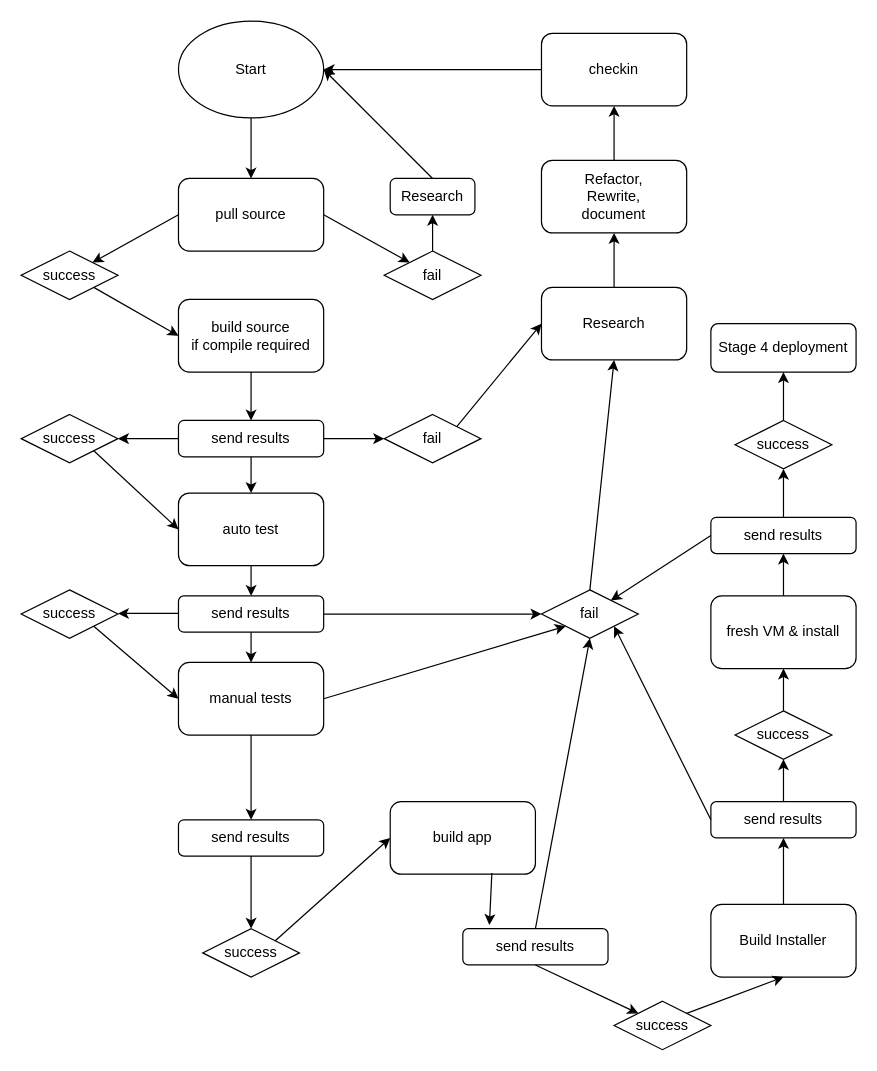
Earlier version of the draw.io diagram src/Docs/DesignThoughts/ci-cd/CICDprocess_10kView.drawio (clockworksspheres/ramdisk). Source tidied: cells renumbered, new cells numbered last; positions are measured from the earlier drawing's top-left corner, leaving out a move shared by most shapes. Both pictures are drawn from the tidied source at 121%, with x=0, y=0 at pixel (21, 21).
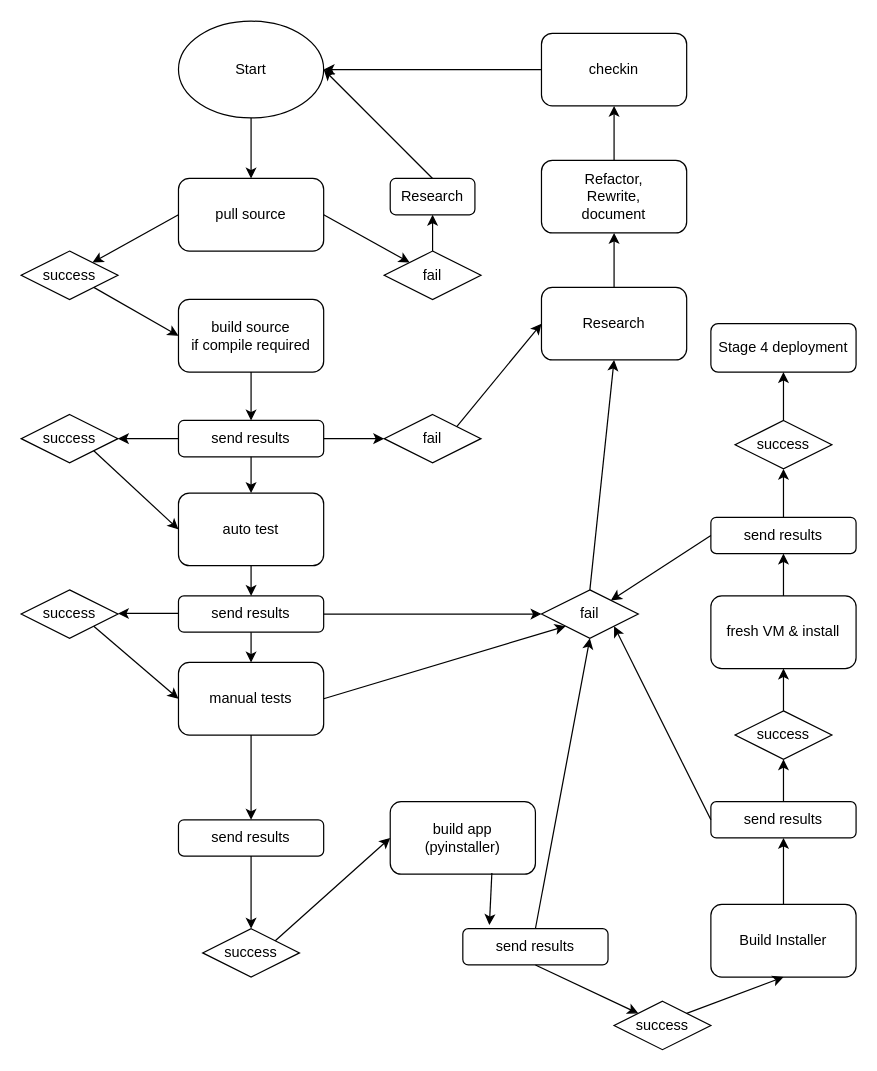
The same page after the edit.

What changed in the source:
```diff
@@
-    <mxCell id="41" value="build app" style="rounded=1;whiteSpace=wrap;html=1;" parent="1" vertex="1">
+    <mxCell id="41" value="build app&lt;div&gt;(pyinstaller)&lt;/div&gt;" style="rounded=1;whiteSpace=wrap;html=1;" parent="1" vertex="1">
       <mxGeometry x="305" y="645" width="120" height="60" as="geometry" />
     </mxCell>
```
